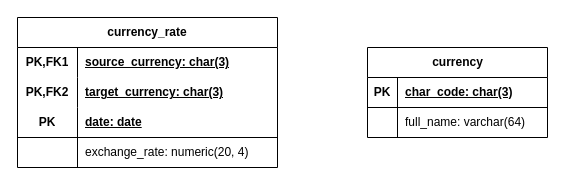
Before: CurrencyRates/docs/CbrDbScheme.drawio in alozhka/TLOnboarding, a draw.io diagram. Source tidied: cells renumbered, new cells numbered last; positions are measured from the earlier drawing's top-left corner, leaving out a move shared by most shapes. Both pictures are drawn from the tidied source at 100%, with x=0, y=0 at pixel (17, 17).
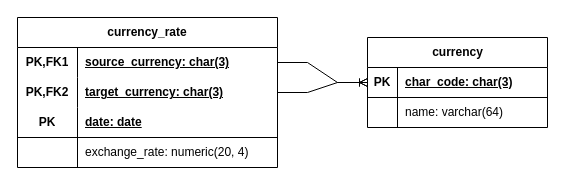
The same page after the edit.

The change refers to these unchanged cells:
```xml
<mxCell id="3" style="shape=tableRow;horizontal=0;startSize=0;swimlaneHead=0;swimlaneBody=0;fillColor=none;points=[[0,0.5],[1,0.5]];portConstraint=eastwest;top=0;left=0;right=0;bottom=0;html=1;" parent="2" vertex="1">
  <mxGeometry y="30" width="260" height="30" as="geometry" />
</mxCell>
<mxCell id="6" style="shape=tableRow;horizontal=0;startSize=0;swimlaneHead=0;swimlaneBody=0;fillColor=none;points=[[0,0.5],[1,0.5]];portConstraint=eastwest;top=0;left=0;right=0;bottom=0;html=1;" parent="2" vertex="1">
  <mxGeometry y="60" width="260" height="30" as="geometry" />
</mxCell>
<mxCell id="16" style="shape=tableRow;horizontal=0;startSize=0;swimlaneHead=0;swimlaneBody=0;fillColor=none;points=[[0,0.5],[1,0.5]];portConstraint=eastwest;top=0;left=0;right=0;bottom=1;" parent="15" vertex="1">
  <mxGeometry y="30" width="180" height="30" as="geometry" />
</mxCell>
<mxCell id="19" style="shape=tableRow;horizontal=0;startSize=0;swimlaneHead=0;swimlaneBody=0;fillColor=none;top=0;left=0;right=0;bottom=0;" parent="15" vertex="1">
  <mxGeometry y="60" width="180" height="30" as="geometry" />
</mxCell>
```

Change to the diagram source:
```diff
@@
     <mxCell id="15" value="currency" style="shape=table;startSize=30;childLayout=tableLayout;rowLines=0;fontStyle=1;align=center;html=1;" parent="1" vertex="1">
-      <mxGeometry x="350" y="30" width="180" height="90" as="geometry" />
+      <mxGeometry x="350" y="20" width="180" height="90" as="geometry" />
     </mxCell>
@@
-    <mxCell id="21" value="full_name: varchar(64)" style="shape=partialRectangle;fillColor=none;top=0;left=0;bottom=0;right=0;align=left;spacingLeft=6;overflow=hidden;whiteSpace=wrap;html=1;" parent="19" vertex="1">
+    <mxCell id="21" value="name: varchar(64)" style="shape=partialRectangle;fillColor=none;top=0;left=0;bottom=0;right=0;align=left;spacingLeft=6;overflow=hidden;whiteSpace=wrap;html=1;" parent="19" vertex="1">
       <mxGeometry x="30" width="150" height="30" as="geometry" />
     </mxCell>
+    <mxCell id="22" style="edgeStyle=entityRelationEdgeStyle;fontSize=12;html=1;endArrow=ERoneToMany;rounded=0;entryX=0;entryY=0.5;entryDx=0;entryDy=0;exitX=1;exitY=0.5;exitDx=0;exitDy=0;" parent="1" edge="1" source="3" target="16">
+      <mxGeometry relative="1" as="geometry" />
+    </mxCell>
+    <mxCell id="23" style="edgeStyle=entityRelationEdgeStyle;fontSize=12;html=1;endArrow=ERoneToMany;rounded=0;entryX=0;entryY=0.5;entryDx=0;entryDy=0;exitX=1;exitY=0.5;exitDx=0;exitDy=0;" parent="1" edge="1" source="6" target="16">
+      <mxGeometry relative="1" as="geometry" />
+    </mxCell>
```
